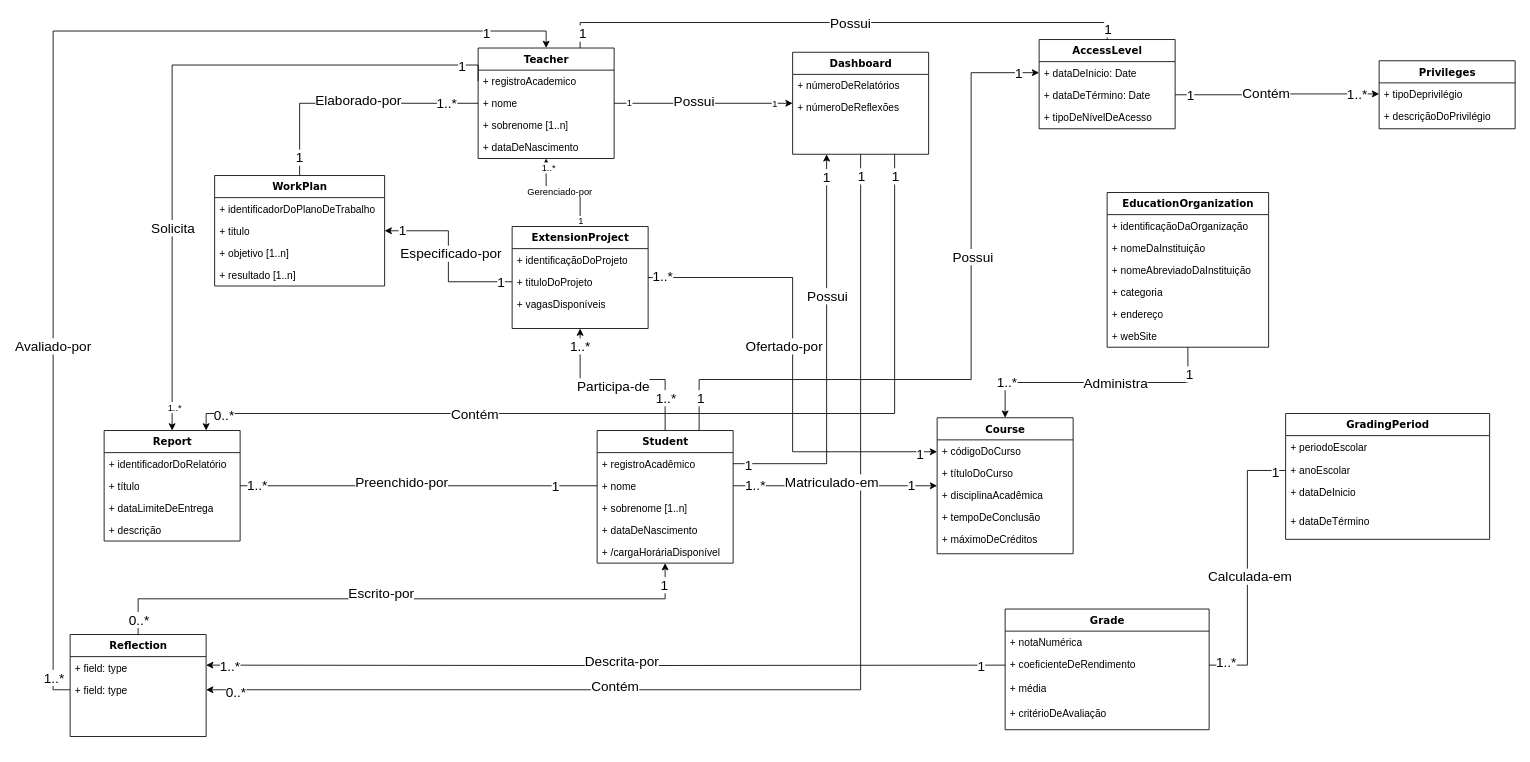
The draw.io diagram Sysgext.drawio in Gil32610/sysgext_domain_model, before the edit. Source tidied: cells renumbered, new cells numbered last; positions are measured from the earlier drawing's top-left corner, leaving out a move shared by most shapes. Both pictures are drawn from the tidied source at 85%, with x=0, y=0 at pixel (70, 39).
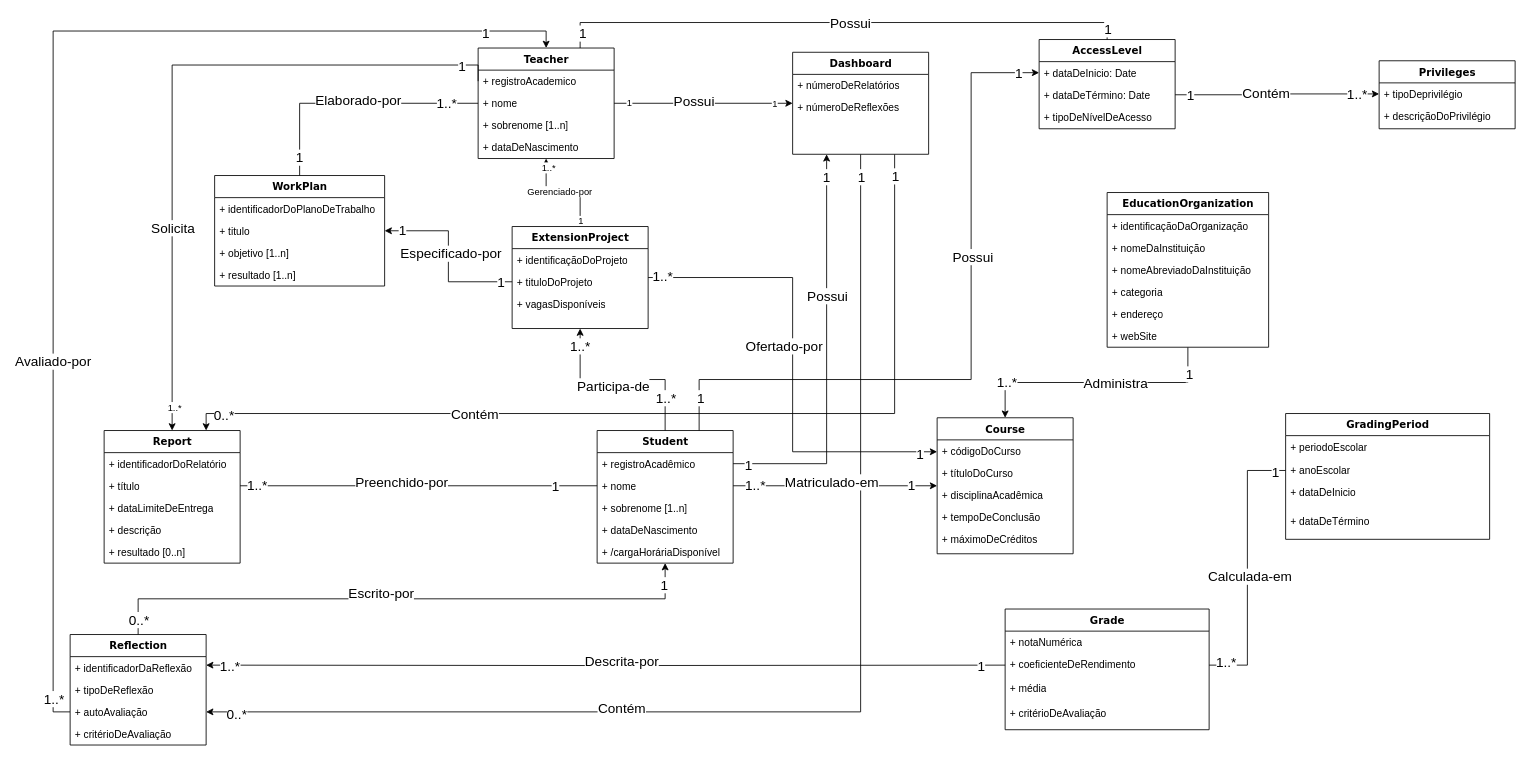
The same diagram, later.

Commit message:
reflection fields changed

What changed in the source:
```diff
@@
     <mxCell id="48" value="Report" style="swimlane;html=1;fontStyle=1;align=center;verticalAlign=top;horizontal=1;startSize=26;swimlaneFillColor=#ffffff;rounded=0;shadow=0;comic=0;labelBackgroundColor=none;strokeWidth=1;fillColor=none;fontFamily=Verdana;fontSize=12;" parent="1" vertex="1">
-      <mxGeometry x="40" y="460" width="160" height="130" as="geometry" />
+      <mxGeometry x="40" y="460" width="160" height="156" as="geometry" />
     </mxCell>
@@
+    <mxCell id="143" value="+ descrição" style="text;html=1;strokeColor=none;fillColor=none;align=left;verticalAlign=top;spacingLeft=4;spacingRight=4;whiteSpace=wrap;overflow=hidden;" parent="48" vertex="1">
+      <mxGeometry y="104" width="160" height="26" as="geometry" />
+    </mxCell>
-    <mxCell id="52" value="+ descrição" style="text;html=1;strokeColor=none;fillColor=none;align=left;verticalAlign=top;spacingLeft=4;spacingRight=4;whiteSpace=wrap;overflow=hidden;" parent="48" vertex="1">
-      <mxGeometry y="104" width="160" height="26" as="geometry" />
+    <mxCell id="52" value="+ resultado [0..n]" style="text;html=1;strokeColor=none;fillColor=none;align=left;verticalAlign=top;spacingLeft=4;spacingRight=4;whiteSpace=wrap;overflow=hidden;" parent="48" vertex="1">
+      <mxGeometry y="130" width="160" height="26" as="geometry" />
     </mxCell>
@@
     <mxCell id="57" value="Reflection" style="swimlane;html=1;fontStyle=1;align=center;verticalAlign=top;horizontal=1;startSize=26;swimlaneFillColor=#ffffff;rounded=0;shadow=0;comic=0;labelBackgroundColor=none;strokeWidth=1;fillColor=none;fontFamily=Verdana;fontSize=12;" parent="1" vertex="1">
-      <mxGeometry y="700" width="160" height="120" as="geometry" />
+      <mxGeometry y="700" width="160" height="130" as="geometry" />
     </mxCell>
-    <mxCell id="58" value="+ field: type" style="text;html=1;strokeColor=none;fillColor=none;align=left;verticalAlign=top;spacingLeft=4;spacingRight=4;whiteSpace=wrap;overflow=hidden;" parent="57" vertex="1">
+    <mxCell id="58" value="+ identificadorDaReflexão" style="text;html=1;strokeColor=none;fillColor=none;align=left;verticalAlign=top;spacingLeft=4;spacingRight=4;whiteSpace=wrap;overflow=hidden;" parent="57" vertex="1">
       <mxGeometry y="26" width="160" height="26" as="geometry" />
     </mxCell>
+    <mxCell id="144" value="+ tipoDeReflexão" style="text;html=1;strokeColor=none;fillColor=none;align=left;verticalAlign=top;spacingLeft=4;spacingRight=4;whiteSpace=wrap;overflow=hidden;" parent="57" vertex="1">
+      <mxGeometry y="52" width="160" height="26" as="geometry" />
+    </mxCell>
-    <mxCell id="59" value="+ field: type" style="text;html=1;strokeColor=none;fillColor=none;align=left;verticalAlign=top;spacingLeft=4;spacingRight=4;whiteSpace=wrap;overflow=hidden;points=[[0,0.5],[1,0.5]];portConstraint=eastwest;" parent="57" vertex="1">
-      <mxGeometry y="52" width="160" height="26" as="geometry" />
+    <mxCell id="59" value="+ autoAvaliação" style="text;html=1;strokeColor=none;fillColor=none;align=left;verticalAlign=top;spacingLeft=4;spacingRight=4;whiteSpace=wrap;overflow=hidden;points=[[0,0.5],[1,0.5]];portConstraint=eastwest;" parent="57" vertex="1">
+      <mxGeometry y="78" width="160" height="26" as="geometry" />
     </mxCell>
+    <mxCell id="145" value="+ critérioDeAvaliação" style="text;html=1;strokeColor=none;fillColor=none;align=left;verticalAlign=top;spacingLeft=4;spacingRight=4;whiteSpace=wrap;overflow=hidden;" parent="57" vertex="1">
+      <mxGeometry y="104" width="160" height="26" as="geometry" />
+    </mxCell>
```
